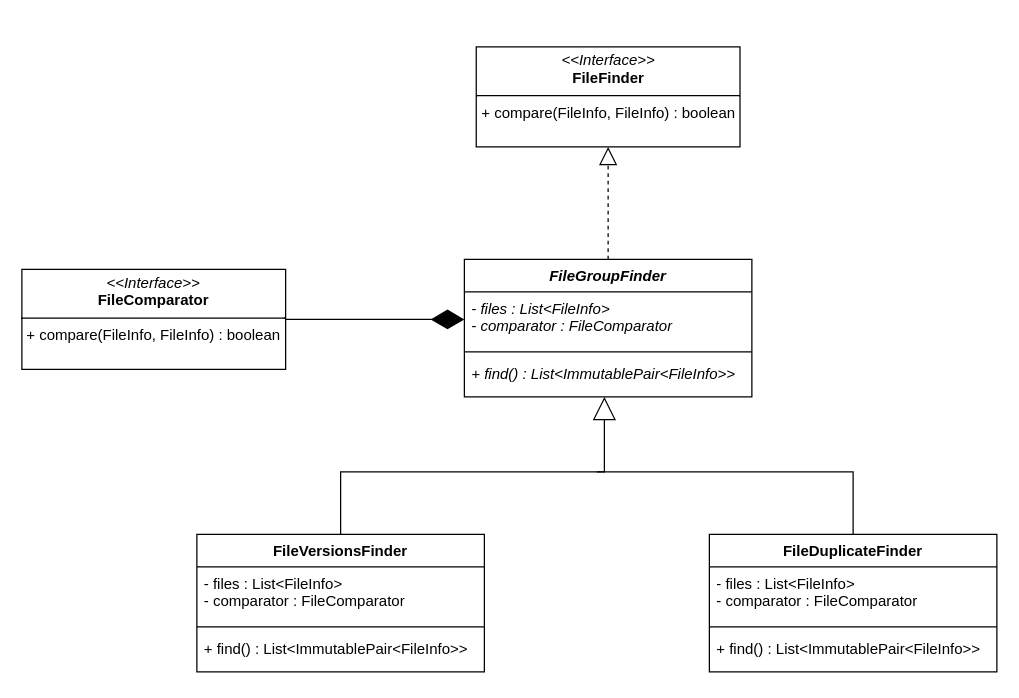
Above: page "finders" (2 of 5) of resources/class-diagrams.drawio in Mateusz2734/filesystem-cleaner (draw.io), before the change. Source tidied: cells renumbered, new cells numbered last; positions are measured from the earlier drawing's top-left corner, leaving out a move shared by most shapes. Both pictures are drawn from the tidied source at 125%, with x=0, y=0 at pixel (21, 46).
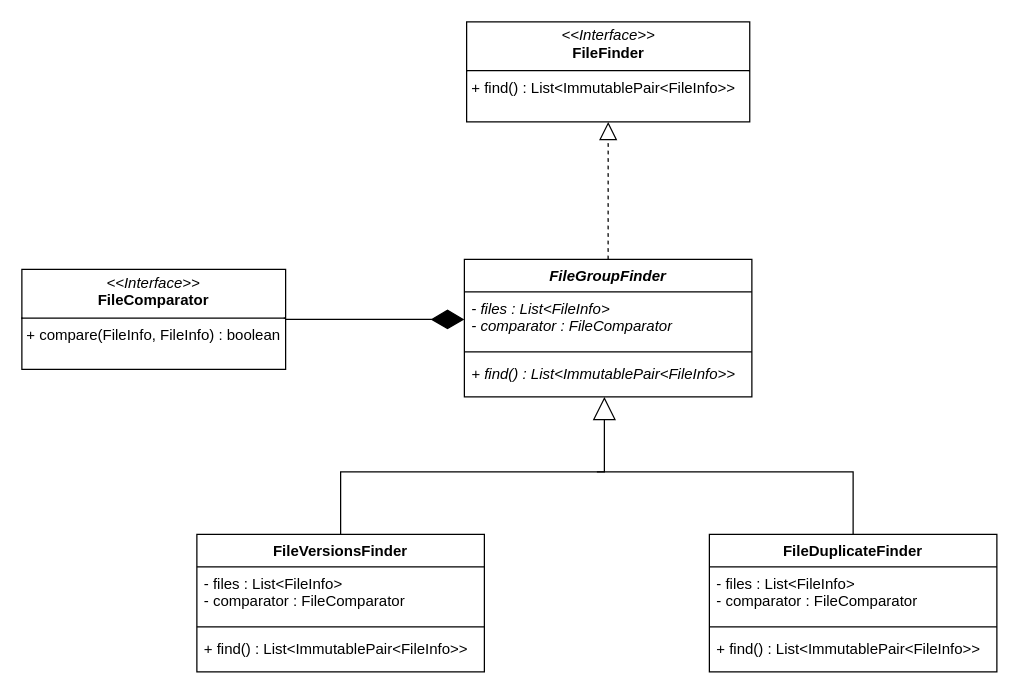
The same diagram, later.

Diff of the diagram source:
```diff
@@
-    <mxCell id="16" value="&lt;p style=&quot;margin:0px;margin-top:4px;text-align:center;&quot;&gt;&lt;i&gt;&amp;lt;&amp;lt;Interface&amp;gt;&amp;gt;&lt;/i&gt;&lt;br&gt;&lt;b&gt;FileFinder&lt;/b&gt;&lt;/p&gt;&lt;hr size=&quot;1&quot; style=&quot;border-style:solid;&quot;&gt;&lt;p style=&quot;margin:0px;margin-left:4px;&quot;&gt;+ compare(FileInfo, FileInfo) : boolean&amp;nbsp;&lt;/p&gt;" style="verticalAlign=top;align=left;overflow=fill;html=1;whiteSpace=wrap;" parent="1" vertex="1">
-      <mxGeometry x="363.5" width="211" height="80" as="geometry" />
+    <mxCell id="16" value="&lt;p style=&quot;margin:0px;margin-top:4px;text-align:center;&quot;&gt;&lt;i&gt;&amp;lt;&amp;lt;Interface&amp;gt;&amp;gt;&lt;/i&gt;&lt;br&gt;&lt;b&gt;FileFinder&lt;/b&gt;&lt;/p&gt;&lt;hr size=&quot;1&quot; style=&quot;border-style:solid;&quot;&gt;&lt;p style=&quot;margin:0px;margin-left:4px;&quot;&gt;+ find() : List&amp;lt;ImmutablePair&amp;lt;FileInfo&amp;gt;&amp;gt;&amp;nbsp;&lt;/p&gt;" style="verticalAlign=top;align=left;overflow=fill;html=1;whiteSpace=wrap;" parent="1" vertex="1">
+      <mxGeometry x="355.8" y="-20" width="226.5" height="80" as="geometry" />
     </mxCell>
```
